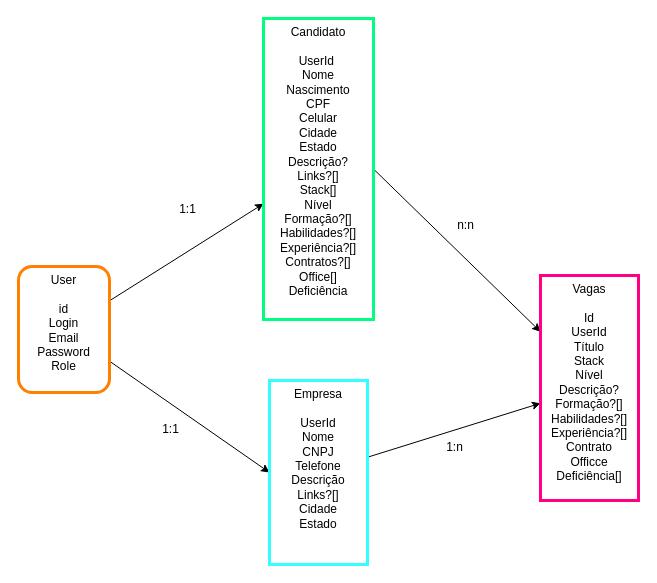
Earlier version of the draw.io diagram page "Página-1" (1 of 4) of project.drawio (LabuPaim/the-new-resume). Source tidied: cells renumbered, new cells numbered last; positions are measured from the earlier drawing's top-left corner, leaving out a move shared by most shapes. Both pictures are drawn from the tidied source at 100%, with x=0, y=0 at pixel (18, 18).
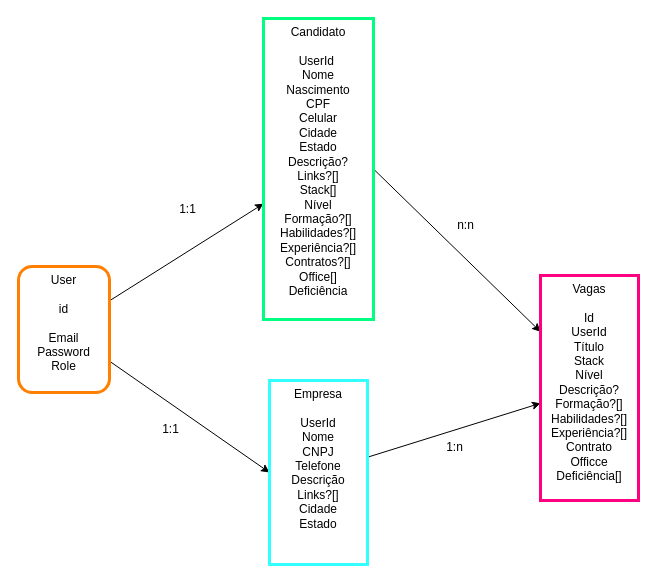
After the change.

What changed in the source:
```diff
@@
 <mxGraphModel>
   <root>
     <mxCell id="0" />
     <mxCell id="1" parent="0" />
     <mxCell id="2" style="edgeStyle=none;html=1;" parent="1" edge="1" source="4" target="6">
       <mxGeometry relative="1" as="geometry" />
     </mxCell>
     <mxCell id="3" style="edgeStyle=none;html=1;entryX=0;entryY=0.5;entryDx=0;entryDy=0;" parent="1" edge="1" source="4" target="9">
       <mxGeometry relative="1" as="geometry" />
     </mxCell>
-    <mxCell id="4" value="User&lt;br&gt;&lt;br&gt;id&lt;br&gt;Login&lt;br&gt;Email&lt;br&gt;Password&lt;br&gt;Role" style="rounded=1;whiteSpace=wrap;html=1;verticalAlign=top;strokeWidth=3;strokeColor=#FF8000;" parent="1" vertex="1">
+    <mxCell id="4" value="User&lt;br&gt;&lt;br&gt;id&lt;br&gt;&lt;br&gt;Email&lt;br&gt;Password&lt;br&gt;Role" style="rounded=1;whiteSpace=wrap;html=1;verticalAlign=top;strokeWidth=3;strokeColor=#FF8000;" parent="1" vertex="1">
       <mxGeometry y="248" width="91" height="126" as="geometry" />
     </mxCell>
     <mxCell id="5" style="edgeStyle=none;html=1;exitX=1;exitY=0.5;exitDx=0;exitDy=0;entryX=0;entryY=0.25;entryDx=0;entryDy=0;" parent="1" edge="1" source="6" target="11">
       <mxGeometry relative="1" as="geometry" />
     </mxCell>
     <mxCell id="6" value="Candidato&lt;br&gt;&lt;br&gt;UserId&amp;nbsp;&lt;br&gt;Nome&lt;br&gt;Nascimento&lt;br&gt;CPF&lt;br&gt;Celular&lt;br&gt;Cidade&lt;br&gt;Estado&lt;br&gt;Descrição?&lt;br&gt;Links?[]&lt;br&gt;Stack[]&lt;br&gt;Nível&lt;br&gt;Formação?[]&lt;br&gt;Habilidades?[]&lt;br&gt;Experiência?[]&lt;br&gt;Contratos?[]&lt;br&gt;Office[]&lt;br&gt;Deficiência" style="whiteSpace=wrap;html=1;strokeColor=#00FF80;strokeWidth=3;verticalAlign=top;" parent="1" vertex="1">
       <mxGeometry x="245" width="110" height="301" as="geometry" />
     </mxCell>
     <mxCell id="7" value="1:1" style="text;html=1;align=center;verticalAlign=middle;strokeColor=none;fillColor=none;" parent="1" vertex="1">
       <mxGeometry x="155" y="182" width="27" height="18" as="geometry" />
     </mxCell>
     <mxCell id="8" style="edgeStyle=none;html=1;" parent="1" edge="1" source="9" target="11">
       <mxGeometry relative="1" as="geometry" />
     </mxCell>
     <mxCell id="9" value="Empresa&lt;br&gt;&lt;br&gt;UserId&lt;br&gt;Nome&lt;br&gt;CNPJ&lt;br&gt;Telefone&lt;br&gt;Descrição&lt;br&gt;Links?[]&lt;br&gt;Cidade&lt;br&gt;Estado" style="whiteSpace=wrap;html=1;strokeColor=#33FFFF;strokeWidth=3;verticalAlign=top;" parent="1" vertex="1">
       <mxGeometry x="251" y="362" width="98" height="184" as="geometry" />
     </mxCell>
     <mxCell id="10" value="1:1" style="text;html=1;align=center;verticalAlign=middle;strokeColor=none;fillColor=none;" parent="1" vertex="1">
       <mxGeometry x="138" y="402" width="27" height="18" as="geometry" />
     </mxCell>
     <mxCell id="11" value="Vagas&lt;br&gt;&lt;br&gt;Id&lt;br&gt;UserId&lt;br&gt;Título&lt;br&gt;Stack&lt;br&gt;Nível&lt;br&gt;Descrição?&lt;br&gt;Formação?[]&lt;br&gt;Habilidades?[]&lt;br&gt;Experiência?[]&lt;br&gt;Contrato&lt;br&gt;Officce&lt;br&gt;Deficiência[]" style="whiteSpace=wrap;html=1;strokeColor=#FF0080;strokeWidth=3;verticalAlign=top;" parent="1" vertex="1">
       <mxGeometry x="522" y="257" width="98" height="225" as="geometry" />
     </mxCell>
     <mxCell id="12" value="1:n" style="text;html=1;align=center;verticalAlign=middle;strokeColor=none;fillColor=none;" parent="1" vertex="1">
       <mxGeometry x="422" y="420" width="27" height="18" as="geometry" />
     </mxCell>
     <mxCell id="13" value="n:n" style="text;html=1;align=center;verticalAlign=middle;strokeColor=none;fillColor=none;" parent="1" vertex="1">
       <mxGeometry x="433" y="198" width="27" height="18" as="geometry" />
     </mxCell>
   </root>
 </mxGraphModel>
```
